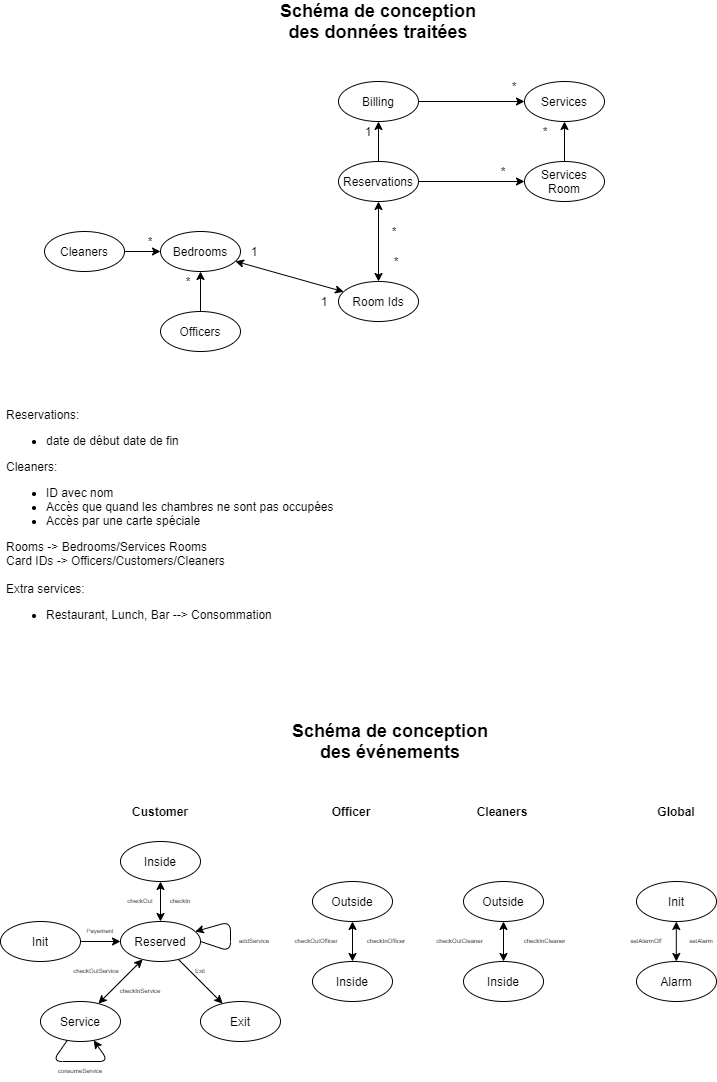
Earlier version of the draw.io export doc/specification.png (Reynault/MOSOS-Subject-3). Source tidied: cells renumbered, new cells last; positions are measured from the earlier drawing's top-left corner, leaving out a move shared by most shapes.
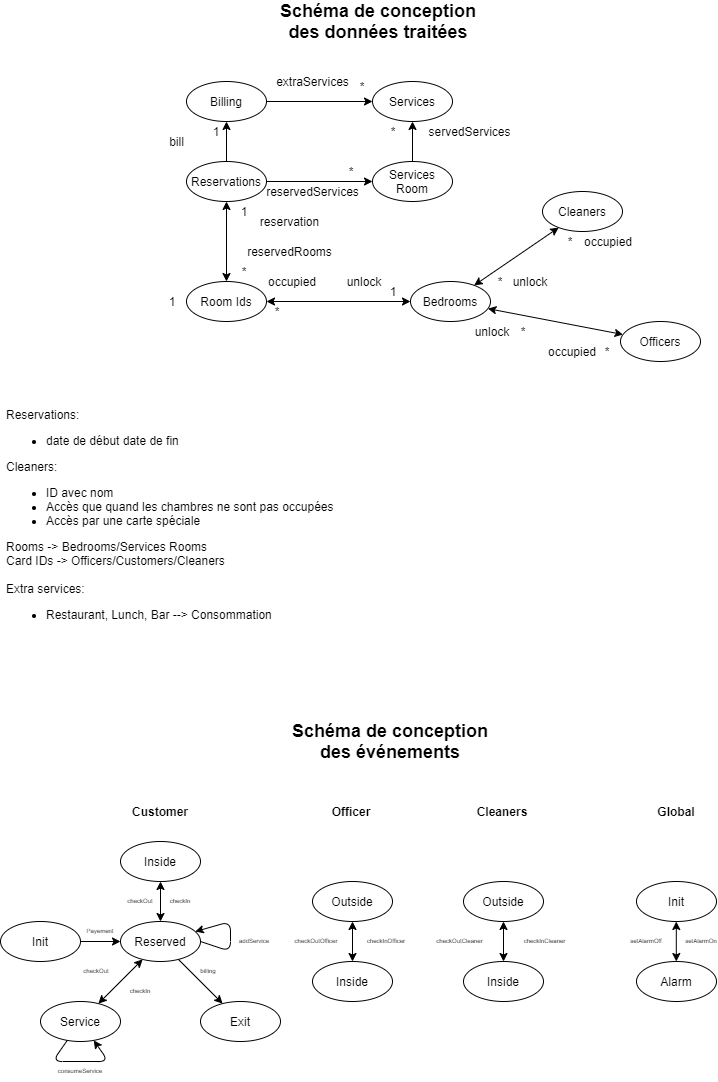
After the change.

The edit, as a diff of the source:
```diff
@@ -3,16 +3,16 @@
     <mxCell id="0" />
     <mxCell id="1" parent="0" />
     <mxCell id="2" value="Reservations" style="ellipse;whiteSpace=wrap;html=1;" parent="1" vertex="1">
-      <mxGeometry x="338" y="150" width="80" height="40" as="geometry" />
+      <mxGeometry x="186" y="150" width="80" height="40" as="geometry" />
     </mxCell>
     <mxCell id="3" value="&lt;span style=&quot;text-align: left&quot;&gt;Bedrooms&lt;/span&gt;" style="ellipse;whiteSpace=wrap;html=1;" parent="1" vertex="1">
-      <mxGeometry x="160" y="220" width="80" height="40" as="geometry" />
+      <mxGeometry x="410" y="270" width="80" height="40" as="geometry" />
     </mxCell>
     <mxCell id="4" value="&lt;span style=&quot;text-align: left&quot;&gt;Services Room&lt;/span&gt;" style="ellipse;whiteSpace=wrap;html=1;" parent="1" vertex="1">
-      <mxGeometry x="524" y="150" width="80" height="40" as="geometry" />
+      <mxGeometry x="372" y="150" width="80" height="40" as="geometry" />
     </mxCell>
     <mxCell id="5" value="Billing" style="ellipse;whiteSpace=wrap;html=1;" parent="1" vertex="1">
-      <mxGeometry x="338" y="70" width="80" height="40" as="geometry" />
+      <mxGeometry x="186" y="70" width="80" height="40" as="geometry" />
     </mxCell>
     <mxCell id="6" style="endArrow=classic;html=1;" parent="1" edge="1" source="2" target="5">
       <mxGeometry relative="1" as="geometry" />
@@ -21,40 +21,37 @@
       <mxGeometry x="4" y="390" width="360" height="220" as="geometry" />
     </mxCell>
     <mxCell id="8" value="1" style="text;html=1;strokeColor=none;fillColor=none;align=center;verticalAlign=middle;whiteSpace=wrap;rounded=0;" parent="1" vertex="1">
-      <mxGeometry x="358" y="110" width="20" height="20" as="geometry" />
+      <mxGeometry x="206" y="110" width="20" height="20" as="geometry" />
     </mxCell>
     <mxCell id="9" value="Room Ids" style="ellipse;whiteSpace=wrap;html=1;" parent="1" vertex="1">
-      <mxGeometry x="338" y="270" width="80" height="40" as="geometry" />
+      <mxGeometry x="186" y="270" width="80" height="40" as="geometry" />
     </mxCell>
     <mxCell id="10" style="endArrow=classic;html=1;startArrow=classic;startFill=1;" parent="1" edge="1" source="2" target="9">
       <mxGeometry relative="1" as="geometry" />
     </mxCell>
     <mxCell id="11" value="*" style="text;html=1;strokeColor=none;fillColor=none;align=center;verticalAlign=middle;whiteSpace=wrap;rounded=0;" parent="1" vertex="1">
-      <mxGeometry x="386" y="240" width="20" height="20" as="geometry" />
+      <mxGeometry x="234" y="250" width="20" height="20" as="geometry" />
     </mxCell>
     <mxCell id="12" style="endArrow=classic;html=1;startArrow=classic;startFill=1;" parent="1" edge="1" source="9" target="3">
       <mxGeometry relative="1" as="geometry" />
     </mxCell>
     <mxCell id="13" value="1" style="text;html=1;strokeColor=none;fillColor=none;align=center;verticalAlign=middle;whiteSpace=wrap;rounded=0;" parent="1" vertex="1">
-      <mxGeometry x="244" y="230" width="20" height="20" as="geometry" />
+      <mxGeometry x="382.5" y="270" width="20" height="20" as="geometry" />
     </mxCell>
     <mxCell id="14" value="Cleaners" style="ellipse;whiteSpace=wrap;html=1;" parent="1" vertex="1">
-      <mxGeometry x="44" y="220" width="80" height="40" as="geometry" />
+      <mxGeometry x="542" y="180" width="80" height="40" as="geometry" />
     </mxCell>
-    <mxCell id="15" style="endArrow=classic;html=1;" parent="1" edge="1" source="14" target="3">
+    <mxCell id="15" style="endArrow=classic;html=1;startArrow=classic;startFill=1;" parent="1" edge="1" source="14" target="3">
       <mxGeometry relative="1" as="geometry" />
     </mxCell>
     <mxCell id="16" value="*" style="text;html=1;strokeColor=none;fillColor=none;align=center;verticalAlign=middle;whiteSpace=wrap;rounded=0;" parent="1" vertex="1">
-      <mxGeometry x="140" y="220" width="20" height="20" as="geometry" />
+      <mxGeometry x="490" y="260" width="20" height="20" as="geometry" />
     </mxCell>
-    <mxCell id="17" style="edgeStyle=orthogonalEdgeStyle;rounded=0;jettySize=auto;html=1;" parent="1" edge="1" source="18" target="3">
-      <mxGeometry relative="1" as="geometry" />
-    </mxCell>
     <mxCell id="18" value="Officers" style="ellipse;whiteSpace=wrap;html=1;" parent="1" vertex="1">
-      <mxGeometry x="160" y="300" width="80" height="40" as="geometry" />
+      <mxGeometry x="620" y="310" width="80" height="40" as="geometry" />
     </mxCell>
     <mxCell id="19" value="*" style="text;html=1;strokeColor=none;fillColor=none;align=center;verticalAlign=middle;whiteSpace=wrap;rounded=0;" parent="1" vertex="1">
-      <mxGeometry x="178" y="260" width="20" height="20" as="geometry" />
+      <mxGeometry x="512.8" y="310" width="20" height="20" as="geometry" />
     </mxCell>
     <mxCell id="20" value="Schéma de conception des données traitées" style="text;html=1;strokeColor=none;fillColor=none;align=center;verticalAlign=middle;whiteSpace=wrap;rounded=0;fontSize=18;fontStyle=1;" parent="1" vertex="1">
       <mxGeometry x="268" width="220" height="20" as="geometry" />
@@ -63,7 +60,7 @@
       <mxGeometry relative="1" as="geometry" />
     </mxCell>
     <mxCell id="22" value="*" style="text;html=1;strokeColor=none;fillColor=none;align=center;verticalAlign=middle;whiteSpace=wrap;rounded=0;" parent="1" vertex="1">
-      <mxGeometry x="493" y="150" width="20" height="20" as="geometry" />
+      <mxGeometry x="341" y="150" width="20" height="20" as="geometry" />
     </mxCell>
     <mxCell id="23" value="Init" style="ellipse;whiteSpace=wrap;html=1;" parent="1" vertex="1">
       <mxGeometry y="910" width="80" height="40" as="geometry" />
@@ -98,10 +95,10 @@
     <mxCell id="33" style="endArrow=classic;html=1;fontSize=18;startArrow=classic;startFill=1;" parent="1" edge="1" source="25" target="32">
       <mxGeometry relative="1" as="geometry" />
     </mxCell>
-    <mxCell id="34" value="&lt;font style=&quot;font-size: 6px;&quot;&gt;checkInService&lt;/font&gt;" style="text;html=1;strokeColor=none;fillColor=none;align=center;verticalAlign=middle;whiteSpace=wrap;rounded=0;fontSize=6;" parent="1" vertex="1">
+    <mxCell id="34" value="&lt;font style=&quot;font-size: 6px&quot;&gt;checkIn&lt;/font&gt;" style="text;html=1;strokeColor=none;fillColor=none;align=center;verticalAlign=middle;whiteSpace=wrap;rounded=0;fontSize=6;" parent="1" vertex="1">
       <mxGeometry x="120" y="970" width="40" height="20" as="geometry" />
     </mxCell>
-    <mxCell id="35" value="&lt;font style=&quot;font-size: 6px;&quot;&gt;checkOutService&lt;/font&gt;" style="text;html=1;strokeColor=none;fillColor=none;align=center;verticalAlign=middle;whiteSpace=wrap;rounded=0;fontSize=6;" parent="1" vertex="1">
+    <mxCell id="35" value="&lt;font style=&quot;font-size: 6px&quot;&gt;checkOut&lt;/font&gt;" style="text;html=1;strokeColor=none;fillColor=none;align=center;verticalAlign=middle;whiteSpace=wrap;rounded=0;fontSize=6;" parent="1" vertex="1">
       <mxGeometry x="72" y="950" width="48" height="20" as="geometry" />
     </mxCell>
     <mxCell id="36" style="endArrow=classic;html=1;fontSize=18;" parent="1" edge="1" source="32" target="32">
@@ -121,8 +118,8 @@
     <mxCell id="39" style="endArrow=classic;html=1;fontSize=18;" parent="1" edge="1" source="25" target="38">
       <mxGeometry relative="1" as="geometry" />
     </mxCell>
-    <mxCell id="40" value="&lt;font style=&quot;font-size: 6px&quot;&gt;Exit&lt;/font&gt;" style="text;html=1;strokeColor=none;fillColor=none;align=center;verticalAlign=middle;whiteSpace=wrap;rounded=0;fontSize=6;" parent="1" vertex="1">
-      <mxGeometry x="190" y="950" width="20" height="20" as="geometry" />
+    <mxCell id="40" value="&lt;font style=&quot;font-size: 6px&quot;&gt;billing&lt;/font&gt;" style="text;html=1;strokeColor=none;fillColor=none;align=center;verticalAlign=middle;whiteSpace=wrap;rounded=0;fontSize=6;" parent="1" vertex="1">
+      <mxGeometry x="198" y="950" width="20" height="20" as="geometry" />
     </mxCell>
     <mxCell id="41" style="endArrow=classic;html=1;fontSize=18;exitX=1;exitY=0.5;exitDx=0;exitDy=0;" parent="1" edge="1" source="25" target="25">
       <mxGeometry relative="1" as="geometry">
@@ -163,19 +160,19 @@
       <mxGeometry x="296" y="920" width="40" height="20" as="geometry" />
     </mxCell>
     <mxCell id="52" value="&lt;span style=&quot;text-align: left&quot;&gt;Services&lt;/span&gt;" style="ellipse;whiteSpace=wrap;html=1;" parent="1" vertex="1">
-      <mxGeometry x="524" y="70" width="80" height="40" as="geometry" />
+      <mxGeometry x="372" y="70" width="80" height="40" as="geometry" />
     </mxCell>
     <mxCell id="53" style="edgeStyle=orthogonalEdgeStyle;rounded=0;jettySize=auto;html=1;" parent="1" edge="1" source="4" target="52">
       <mxGeometry relative="1" as="geometry" />
     </mxCell>
     <mxCell id="54" value="*" style="text;html=1;strokeColor=none;fillColor=none;align=center;verticalAlign=middle;whiteSpace=wrap;rounded=0;" parent="1" vertex="1">
-      <mxGeometry x="534.5" y="110" width="20" height="20" as="geometry" />
+      <mxGeometry x="382.5" y="110" width="20" height="20" as="geometry" />
     </mxCell>
     <mxCell id="55" style="edgeStyle=orthogonalEdgeStyle;rounded=0;jettySize=auto;html=1;" parent="1" edge="1" source="5" target="52">
       <mxGeometry relative="1" as="geometry" />
     </mxCell>
     <mxCell id="56" value="*" style="text;html=1;strokeColor=none;fillColor=none;align=center;verticalAlign=middle;whiteSpace=wrap;rounded=0;" parent="1" vertex="1">
-      <mxGeometry x="504" y="65" width="20" height="20" as="geometry" />
+      <mxGeometry x="352" y="65" width="20" height="20" as="geometry" />
     </mxCell>
     <mxCell id="57" value="Outside" style="ellipse;whiteSpace=wrap;html=1;" parent="1" vertex="1">
       <mxGeometry x="463" y="870" width="80" height="40" as="geometry" />
@@ -207,14 +204,62 @@
     <mxCell id="65" value="&lt;font style=&quot;font-size: 6px&quot;&gt;setAlarmOff&lt;/font&gt;" style="text;html=1;strokeColor=none;fillColor=none;align=center;verticalAlign=middle;whiteSpace=wrap;rounded=0;fontSize=6;" parent="1" vertex="1">
       <mxGeometry x="626" y="920" width="40" height="20" as="geometry" />
     </mxCell>
-    <mxCell id="66" value="&lt;font style=&quot;font-size: 6px&quot;&gt;setAlarm&lt;/font&gt;" style="text;html=1;strokeColor=none;fillColor=none;align=center;verticalAlign=middle;whiteSpace=wrap;rounded=0;fontSize=6;" parent="1" vertex="1">
+    <mxCell id="66" value="&lt;font style=&quot;font-size: 6px&quot;&gt;setAlarmOn&lt;/font&gt;" style="text;html=1;strokeColor=none;fillColor=none;align=center;verticalAlign=middle;whiteSpace=wrap;rounded=0;fontSize=6;" parent="1" vertex="1">
       <mxGeometry x="686" y="920" width="30" height="20" as="geometry" />
     </mxCell>
-    <mxCell id="67" value="*" style="text;html=1;strokeColor=none;fillColor=none;align=center;verticalAlign=middle;whiteSpace=wrap;rounded=0;" parent="1" vertex="1">
-      <mxGeometry x="384" y="210" width="20" height="20" as="geometry" />
+    <mxCell id="67" value="1" style="text;html=1;strokeColor=none;fillColor=none;align=center;verticalAlign=middle;whiteSpace=wrap;rounded=0;" parent="1" vertex="1">
+      <mxGeometry x="234" y="190" width="20" height="20" as="geometry" />
     </mxCell>
     <mxCell id="68" value="1" style="text;html=1;strokeColor=none;fillColor=none;align=center;verticalAlign=middle;whiteSpace=wrap;rounded=0;" parent="1" vertex="1">
-      <mxGeometry x="312" y="280" width="24" height="20" as="geometry" />
+      <mxGeometry x="160" y="280" width="24" height="20" as="geometry" />
     </mxCell>
+    <mxCell id="69" value="extraServices" style="text;html=1;align=center;verticalAlign=middle;" parent="1" vertex="1">
+      <mxGeometry x="267" y="60" width="90" height="20" as="geometry" />
+    </mxCell>
+    <mxCell id="70" value="servedServices" style="text;html=1;align=center;verticalAlign=middle;" parent="1" vertex="1">
+      <mxGeometry x="419" y="110" width="100" height="20" as="geometry" />
+    </mxCell>
+    <mxCell id="71" value="reservedServices" style="text;html=1;align=center;verticalAlign=middle;" parent="1" vertex="1">
+      <mxGeometry x="257" y="170" width="110" height="20" as="geometry" />
+    </mxCell>
+    <mxCell id="72" value="bill" style="text;html=1;align=center;verticalAlign=middle;" parent="1" vertex="1">
+      <mxGeometry x="161" y="120" width="30" height="20" as="geometry" />
+    </mxCell>
+    <mxCell id="73" value="reservation" style="text;html=1;align=center;verticalAlign=middle;" parent="1" vertex="1">
+      <mxGeometry x="254" y="200" width="70" height="20" as="geometry" />
+    </mxCell>
+    <mxCell id="74" value="reservedRooms" style="text;html=1;align=center;verticalAlign=middle;" parent="1" vertex="1">
+      <mxGeometry x="239" y="230" width="100" height="20" as="geometry" />
+    </mxCell>
+    <mxCell id="75" value="unlock" style="text;html=1;strokeColor=none;fillColor=none;align=center;verticalAlign=middle;whiteSpace=wrap;rounded=0;" parent="1" vertex="1">
+      <mxGeometry x="467.2" y="310" width="50" height="20" as="geometry" />
+    </mxCell>
+    <mxCell id="76" value="unlock" style="text;html=1;strokeColor=none;fillColor=none;align=center;verticalAlign=middle;whiteSpace=wrap;rounded=0;" parent="1" vertex="1">
+      <mxGeometry x="505" y="260" width="50" height="20" as="geometry" />
+    </mxCell>
+    <mxCell id="77" value="unlock" style="text;html=1;strokeColor=none;fillColor=none;align=center;verticalAlign=middle;whiteSpace=wrap;rounded=0;" parent="1" vertex="1">
+      <mxGeometry x="339" y="260" width="50" height="20" as="geometry" />
+    </mxCell>
+    <mxCell id="78" value="occupied" style="text;html=1;strokeColor=none;fillColor=none;align=center;verticalAlign=middle;whiteSpace=wrap;rounded=0;" parent="1" vertex="1">
+      <mxGeometry x="267" y="260" width="50" height="20" as="geometry" />
+    </mxCell>
+    <mxCell id="79" value="*" style="text;html=1;strokeColor=none;fillColor=none;align=center;verticalAlign=middle;whiteSpace=wrap;rounded=0;" parent="1" vertex="1">
+      <mxGeometry x="597" y="330" width="20" height="20" as="geometry" />
+    </mxCell>
+    <mxCell id="80" value="occupied" style="text;html=1;strokeColor=none;fillColor=none;align=center;verticalAlign=middle;whiteSpace=wrap;rounded=0;" parent="1" vertex="1">
+      <mxGeometry x="547" y="330" width="50" height="20" as="geometry" />
+    </mxCell>
+    <mxCell id="81" value="*" style="text;html=1;strokeColor=none;fillColor=none;align=center;verticalAlign=middle;whiteSpace=wrap;rounded=0;" parent="1" vertex="1">
+      <mxGeometry x="267" y="290" width="20" height="20" as="geometry" />
+    </mxCell>
+    <mxCell id="82" value="occupied" style="text;html=1;strokeColor=none;fillColor=none;align=center;verticalAlign=middle;whiteSpace=wrap;rounded=0;" parent="1" vertex="1">
+      <mxGeometry x="583" y="220" width="50" height="20" as="geometry" />
+    </mxCell>
+    <mxCell id="83" value="*" style="text;html=1;strokeColor=none;fillColor=none;align=center;verticalAlign=middle;whiteSpace=wrap;rounded=0;" parent="1" vertex="1">
+      <mxGeometry x="560" y="220" width="20" height="20" as="geometry" />
+    </mxCell>
+    <mxCell id="17" style="endArrow=classic;html=1;startArrow=classic;startFill=1;" parent="1" edge="1" source="18" target="3">
+      <mxGeometry relative="1" as="geometry" />
+    </mxCell>
   </root>
 </mxGraphModel>
```
